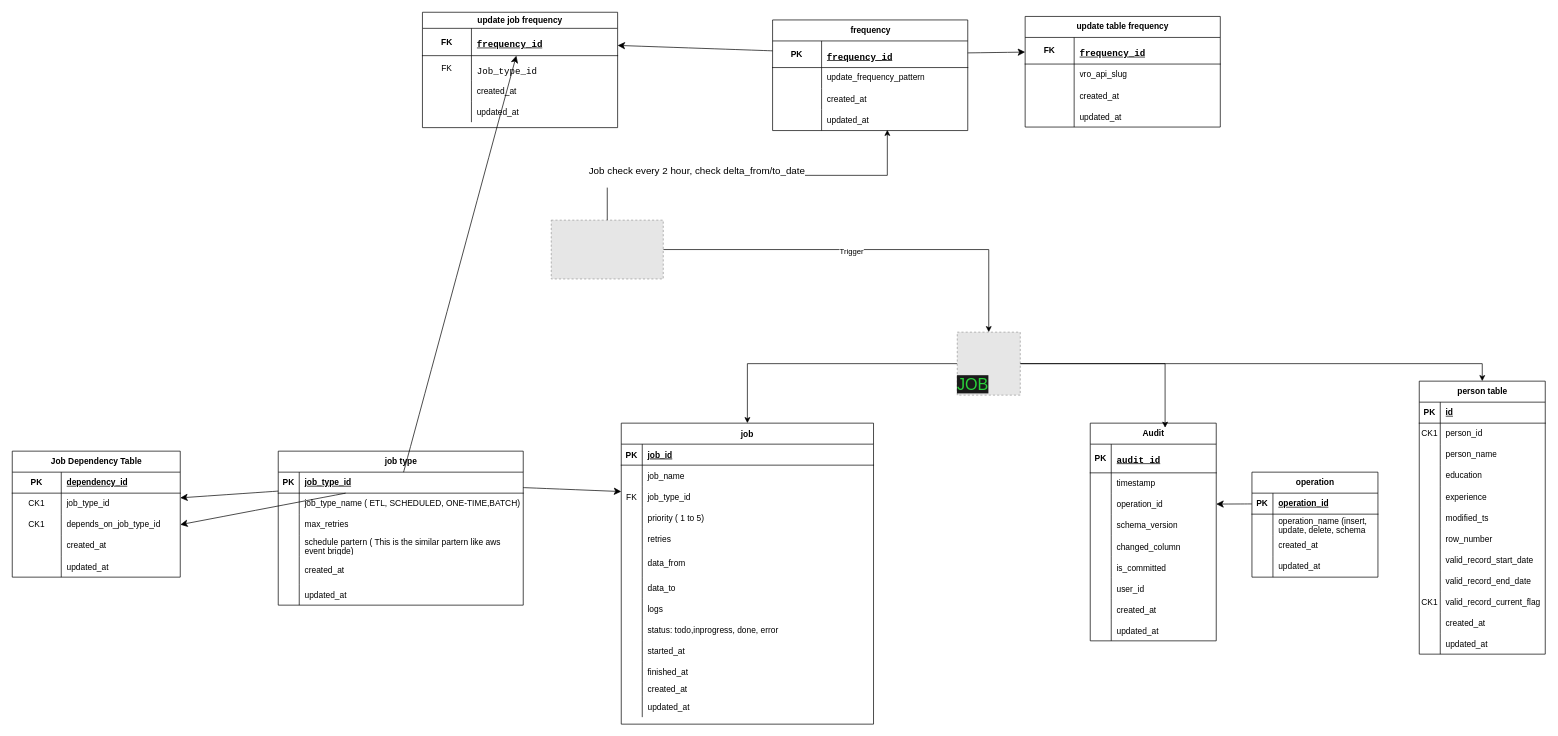
Before: vro db diagram.drawio in jorawarsinghcapgemini/drawio, a draw.io diagram. Source tidied: cells renumbered, new cells numbered last; positions are measured from the earlier drawing's top-left corner, leaving out a move shared by most shapes. Both pictures are drawn from the tidied source at 70%, with x=0, y=0 at pixel (12, 12). Pictures stored in the file or linked from it are replaced by grey dashed boxes.
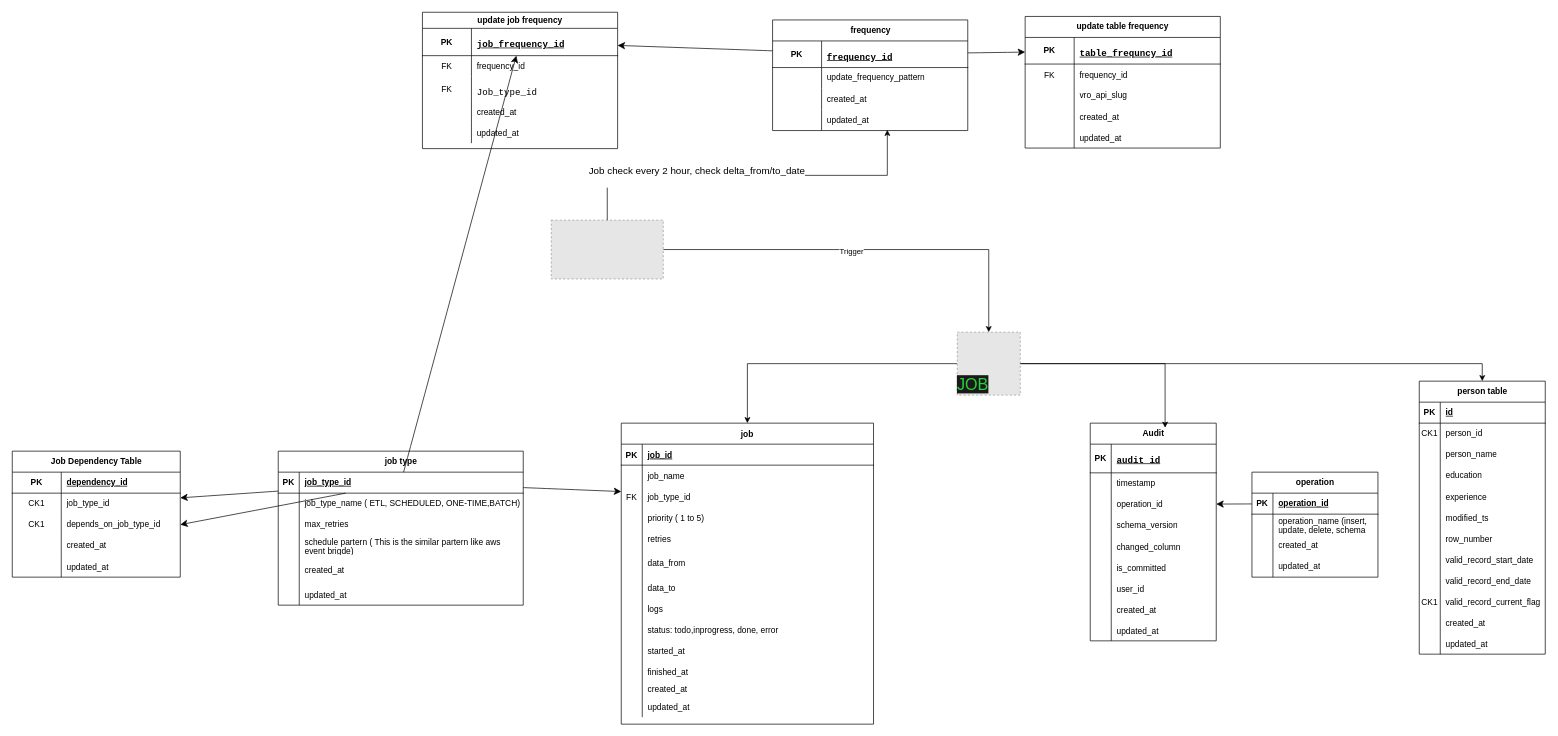
Above is the later version.

Commit message:
add unique key for table and job frequnecy table

The change refers to these unchanged cells:
```xml
<mxCell id="180" style="shape=tableRow;horizontal=0;startSize=0;swimlaneHead=0;swimlaneBody=0;fillColor=none;points=[[0,0.5],[1,0.5]];portConstraint=eastwest;top=0;left=0;right=0;bottom=1;" parent="179" vertex="1">
  <mxGeometry y="30" width="278.8" height="38" as="geometry" />
</mxCell>
<mxCell id="194" style="shape=tableRow;horizontal=0;startSize=0;swimlaneHead=0;swimlaneBody=0;fillColor=none;points=[[0,0.5],[1,0.5]];portConstraint=eastwest;top=0;left=0;right=0;bottom=1;" parent="193" vertex="1">
  <mxGeometry y="23" width="278.8" height="39" as="geometry" />
</mxCell>
```

The edit, as a diff of the source:
```diff
@@
     <mxCell id="179" value="&lt;div&gt;&lt;span style=&quot;background-color: initial;&quot;&gt;update table frequency&lt;/span&gt;&lt;br&gt;&lt;/div&gt;" style="shape=table;startSize=30;childLayout=tableLayout;rowLines=0;fontStyle=1;align=center;html=1;" parent="1" vertex="1">
-      <mxGeometry x="1447" y="6" width="278.8" height="158" as="geometry" />
+      <mxGeometry x="1447" y="6" width="278.8" height="188" as="geometry" />
     </mxCell>
@@
-    <mxCell id="181" value="FK" style="shape=partialRectangle;fillColor=none;top=0;left=0;bottom=0;right=0;fontStyle=1;overflow=hidden;whiteSpace=wrap;html=1;" parent="180" vertex="1">
+    <mxCell id="181" value="PK" style="shape=partialRectangle;fillColor=none;top=0;left=0;bottom=0;right=0;fontStyle=1;overflow=hidden;whiteSpace=wrap;html=1;" parent="180" vertex="1">
       <mxGeometry width="70" height="38" as="geometry" />
     </mxCell>
-    <mxCell id="182" value="&lt;div style=&quot;background-color: rgb(255, 255, 255);&quot;&gt;&lt;pre style=&quot;font-family:'JetBrains Mono',monospace;font-size:9.8pt;&quot;&gt;frequency_id&lt;/pre&gt;&lt;/div&gt;" style="shape=partialRectangle;fillColor=none;top=0;left=0;bottom=0;right=0;align=left;spacingLeft=6;fontStyle=5;overflow=hidden;whiteSpace=wrap;html=1;" parent="180" vertex="1">
+    <mxCell id="182" value="&lt;div style=&quot;background-color: rgb(255, 255, 255);&quot;&gt;&lt;pre style=&quot;font-family:'JetBrains Mono',monospace;font-size:9.8pt;&quot;&gt;table_frequncy_id&lt;/pre&gt;&lt;/div&gt;" style="shape=partialRectangle;fillColor=none;top=0;left=0;bottom=0;right=0;align=left;spacingLeft=6;fontStyle=5;overflow=hidden;whiteSpace=wrap;html=1;" parent="180" vertex="1">
       <mxGeometry x="70" width="208.8" height="38" as="geometry" />
     </mxCell>
+    <mxCell id="211" style="shape=tableRow;horizontal=0;startSize=0;swimlaneHead=0;swimlaneBody=0;fillColor=none;top=0;left=0;right=0;bottom=0;" parent="179" vertex="1">
+      <mxGeometry y="68" width="278.8" height="30" as="geometry" />
+    </mxCell>
+    <mxCell id="212" value="FK" style="shape=partialRectangle;fillColor=none;top=0;left=0;bottom=0;right=0;overflow=hidden;" parent="211" vertex="1">
+      <mxGeometry width="70" height="30" as="geometry" />
+    </mxCell>
+    <mxCell id="213" value="frequency_id" style="shape=partialRectangle;fillColor=none;top=0;left=0;bottom=0;right=0;align=left;spacingLeft=6;overflow=hidden;" parent="211" vertex="1">
+      <mxGeometry x="70" width="208.8" height="30" as="geometry" />
+    </mxCell>
     <mxCell id="183" style="shape=tableRow;horizontal=0;startSize=0;swimlaneHead=0;swimlaneBody=0;fillColor=none;top=0;left=0;right=0;bottom=0;" parent="179" vertex="1">
-      <mxGeometry y="68" width="278.8" height="30" as="geometry" />
+      <mxGeometry y="98" width="278.8" height="30" as="geometry" />
     </mxCell>
@@
     <mxCell id="186" style="shape=tableRow;horizontal=0;startSize=0;swimlaneHead=0;swimlaneBody=0;fillColor=none;top=0;left=0;right=0;bottom=0;" parent="179" vertex="1">
-      <mxGeometry y="98" width="278.8" height="30" as="geometry" />
+      <mxGeometry y="128" width="278.8" height="30" as="geometry" />
     </mxCell>
@@
     <mxCell id="189" style="shape=tableRow;horizontal=0;startSize=0;swimlaneHead=0;swimlaneBody=0;fillColor=none;top=0;left=0;right=0;bottom=0;" parent="179" vertex="1">
-      <mxGeometry y="128" width="278.8" height="30" as="geometry" />
+      <mxGeometry y="158" width="278.8" height="30" as="geometry" />
     </mxCell>
@@
     <mxCell id="193" value="&lt;div&gt;&lt;span style=&quot;background-color: initial;&quot;&gt;update job frequency&lt;/span&gt;&lt;br&gt;&lt;/div&gt;" style="shape=table;startSize=23;childLayout=tableLayout;rowLines=0;fontStyle=1;align=center;html=1;" parent="1" vertex="1">
-      <mxGeometry x="586" width="278.8" height="164.8" as="geometry" />
+      <mxGeometry x="586" width="278.8" height="194.8" as="geometry" />
     </mxCell>
@@
-    <mxCell id="195" value="FK" style="shape=partialRectangle;fillColor=none;top=0;left=0;bottom=0;right=0;fontStyle=1;overflow=hidden;whiteSpace=wrap;html=1;" parent="194" vertex="1">
+    <mxCell id="195" value="PK" style="shape=partialRectangle;fillColor=none;top=0;left=0;bottom=0;right=0;fontStyle=1;overflow=hidden;whiteSpace=wrap;html=1;" parent="194" vertex="1">
       <mxGeometry width="70" height="39" as="geometry" />
     </mxCell>
-    <mxCell id="196" value="&lt;div style=&quot;background-color: rgb(255, 255, 255);&quot;&gt;&lt;pre style=&quot;font-family:'JetBrains Mono',monospace;font-size:9.8pt;&quot;&gt;frequency_id&lt;/pre&gt;&lt;/div&gt;" style="shape=partialRectangle;fillColor=none;top=0;left=0;bottom=0;right=0;align=left;spacingLeft=6;fontStyle=5;overflow=hidden;whiteSpace=wrap;html=1;" parent="194" vertex="1">
+    <mxCell id="196" value="&lt;div style=&quot;background-color: rgb(255, 255, 255);&quot;&gt;&lt;pre style=&quot;font-family:'JetBrains Mono',monospace;font-size:9.8pt;&quot;&gt;job_frequency_id&lt;/pre&gt;&lt;/div&gt;" style="shape=partialRectangle;fillColor=none;top=0;left=0;bottom=0;right=0;align=left;spacingLeft=6;fontStyle=5;overflow=hidden;whiteSpace=wrap;html=1;" parent="194" vertex="1">
       <mxGeometry x="70" width="208.8" height="39" as="geometry" />
     </mxCell>
+    <mxCell id="214" style="shape=tableRow;horizontal=0;startSize=0;swimlaneHead=0;swimlaneBody=0;fillColor=none;top=0;left=0;right=0;bottom=0;" parent="193" vertex="1">
+      <mxGeometry y="62" width="278.8" height="30" as="geometry" />
+    </mxCell>
+    <mxCell id="215" value="FK" style="shape=partialRectangle;fillColor=none;top=0;left=0;bottom=0;right=0;overflow=hidden;" parent="214" vertex="1">
+      <mxGeometry width="70" height="30" as="geometry" />
+    </mxCell>
+    <mxCell id="216" value="frequency_id" style="shape=partialRectangle;fillColor=none;top=0;left=0;bottom=0;right=0;align=left;spacingLeft=6;overflow=hidden;" parent="214" vertex="1">
+      <mxGeometry x="70" width="208.8" height="30" as="geometry" />
+    </mxCell>
     <mxCell id="197" style="shape=tableRow;horizontal=0;startSize=0;swimlaneHead=0;swimlaneBody=0;fillColor=none;top=0;left=0;right=0;bottom=0;" parent="193" vertex="1">
-      <mxGeometry y="62" width="278.8" height="35" as="geometry" />
+      <mxGeometry y="92" width="278.8" height="35" as="geometry" />
     </mxCell>
@@
     <mxCell id="200" style="shape=tableRow;horizontal=0;startSize=0;swimlaneHead=0;swimlaneBody=0;fillColor=none;top=0;left=0;right=0;bottom=0;" parent="193" vertex="1">
-      <mxGeometry y="97" width="278.8" height="30" as="geometry" />
+      <mxGeometry y="127" width="278.8" height="30" as="geometry" />
     </mxCell>
@@
     <mxCell id="203" style="shape=tableRow;horizontal=0;startSize=0;swimlaneHead=0;swimlaneBody=0;fillColor=none;top=0;left=0;right=0;bottom=0;" parent="193" vertex="1">
-      <mxGeometry y="127" width="278.8" height="30" as="geometry" />
+      <mxGeometry y="157" width="278.8" height="30" as="geometry" />
     </mxCell>
```
